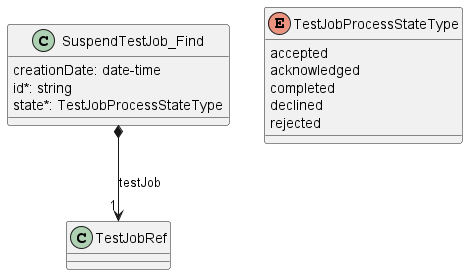
Before: documentation/serviceApi/sft/serviceTest/media/useCase17Model.png, a diagram exported from PlantUML (MEF-GIT/MEF-LSO-Legato-SDK).
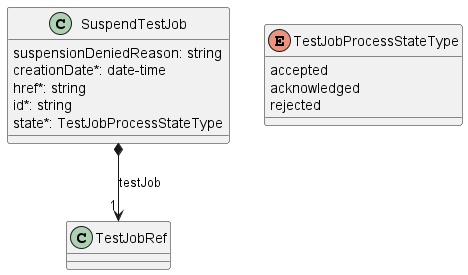
The same diagram one commit later.

Diff of the diagram source:
```diff
@@ -1,20 +1,20 @@
 @startuml useCase17Model
 
-class SuspendTestJob_Find {
+class SuspendTestJob {
 
-    creationDate: date-time
+    suspensionDeniedReason: string
+    creationDate*: date-time
+    href*: string
     id*: string
     state*: TestJobProcessStateType
 }
 
-SuspendTestJob_Find *-->"1" TestJobRef : testJob
+SuspendTestJob *-->"1" TestJobRef : testJob
 
 enum TestJobProcessStateType {
 
     accepted
     acknowledged
-    completed
-    declined
     rejected
 }
 
```
